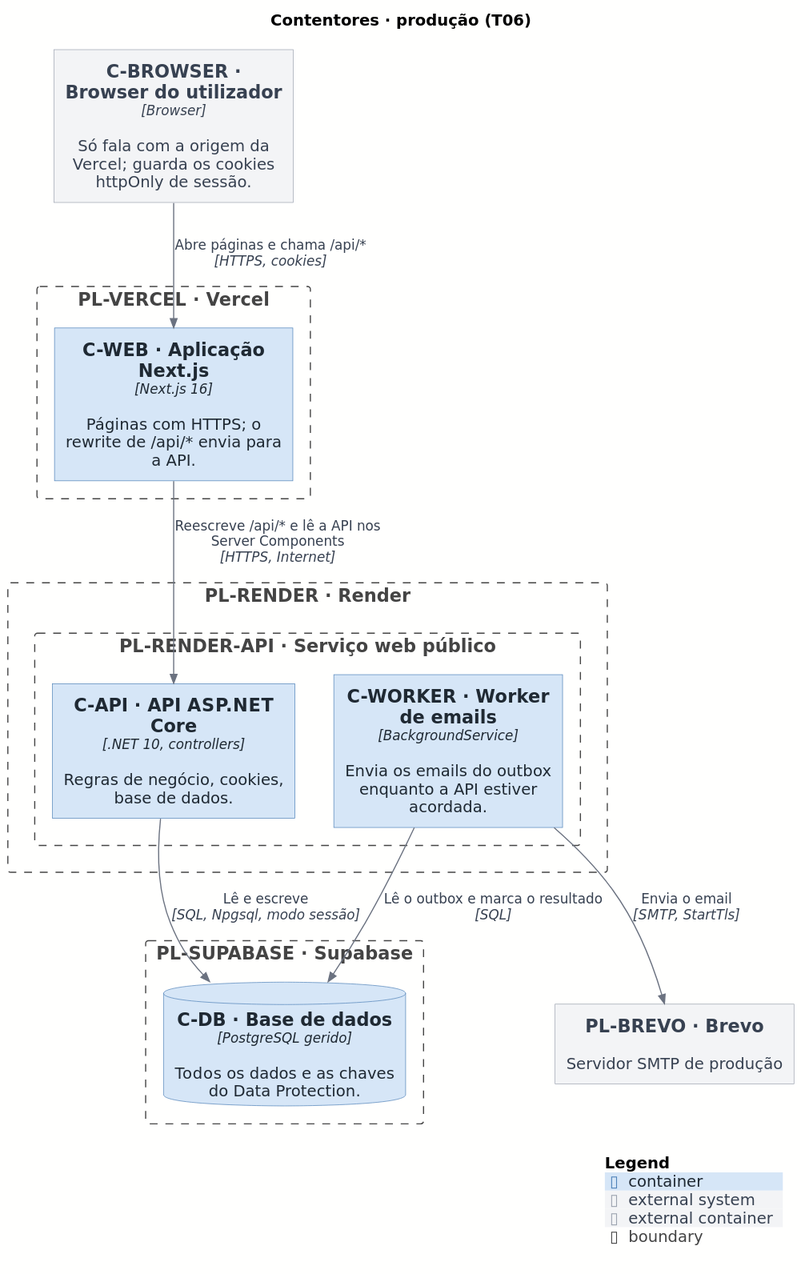
This is docs/architecture/out/02-containers-prod.svg from rodrigo4sousa/SportsEstablishments, a PlantUML export, as it was before one commit.
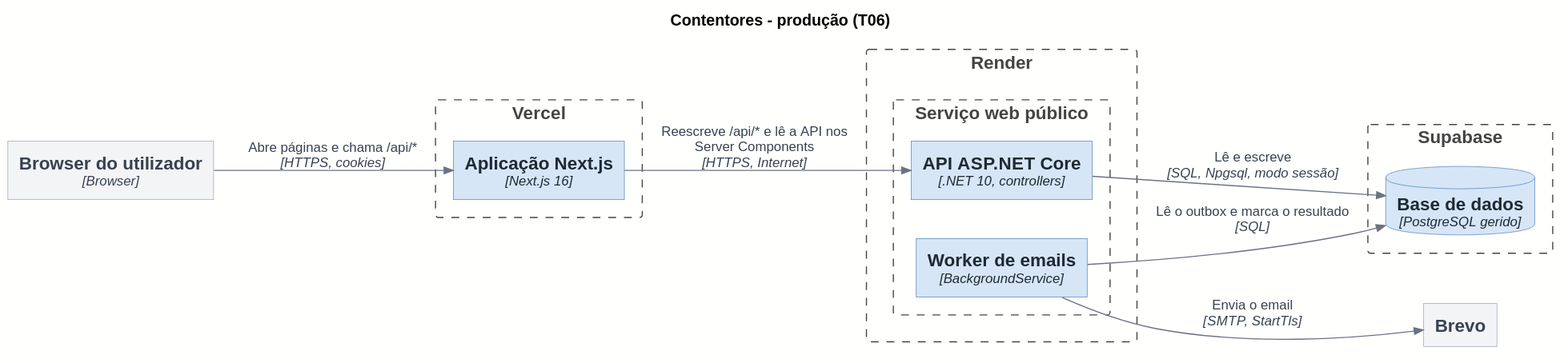
The same file after the commit.

What changed in the source:
```diff
@@ -2,34 +2,32 @@
 !include <C4/C4_Container>
 !include ../style.puml
 
-title Contentores · produção (T06)
+title Contentores - produção (T06)
 
-LAYOUT_TOP_DOWN()
+LAYOUT_LEFT_RIGHT()
 
-Container_Ext(C_BROWSER, "C-BROWSER · Browser do utilizador", "Browser", "Só fala com a origem da Vercel; guarda os cookies httpOnly de sessão.")
+Container_Ext(C_BROWSER, "Browser do utilizador", "Browser")
 
-Boundary(PL_VERCEL, "PL-VERCEL · Vercel") {
-  Container(C_WEB, "C-WEB · Aplicação Next.js", "Next.js 16", "Páginas com HTTPS; o rewrite de /api/* envia para a API.")
+Boundary(PL_VERCEL, "Vercel") {
+  Container(C_WEB, "Aplicação Next.js", "Next.js 16")
 }
 
-Boundary(PL_RENDER, "PL-RENDER · Render") {
-  Boundary(PL_RENDER_API, "PL-RENDER-API · Serviço web público") {
-    Container(C_API, "C-API · API ASP.NET Core", ".NET 10, controllers", "Regras de negócio, cookies, base de dados.")
-    Container(C_WORKER, "C-WORKER · Worker de emails", "BackgroundService", "Envia os emails do outbox enquanto a API estiver acordada.")
+Boundary(PL_RENDER, "Render") {
+  Boundary(PL_RENDER_API, "Serviço web público") {
+    Container(C_API, "API ASP.NET Core", ".NET 10, controllers")
+    Container(C_WORKER, "Worker de emails", "BackgroundService")
   }
 }
 
-Boundary(PL_SUPABASE, "PL-SUPABASE · Supabase") {
-  ContainerDb(C_DB, "C-DB · Base de dados", "PostgreSQL gerido", "Todos os dados e as chaves do Data Protection.")
+Boundary(PL_SUPABASE, "Supabase") {
+  ContainerDb(C_DB, "Base de dados", "PostgreSQL gerido")
 }
 
-System_Ext(PL_BREVO, "PL-BREVO · Brevo", "Servidor SMTP de produção")
+System_Ext(PL_BREVO, "Brevo")
 
 Rel(C_BROWSER, C_WEB, $plain("Abre páginas e chama /api/*"), "HTTPS, cookies")
 Rel(C_WEB, C_API, $plain("Reescreve /api/* e lê a API nos Server Components"), "HTTPS, Internet")
 Rel(C_API, C_DB, $plain("Lê e escreve"), "SQL, Npgsql, modo sessão")
 Rel(C_WORKER, C_DB, $plain("Lê o outbox e marca o resultado"), "SQL")
 Rel(C_WORKER, PL_BREVO, $plain("Envia o email"), "SMTP, StartTls")
-
-SHOW_LEGEND()
 @enduml
```
